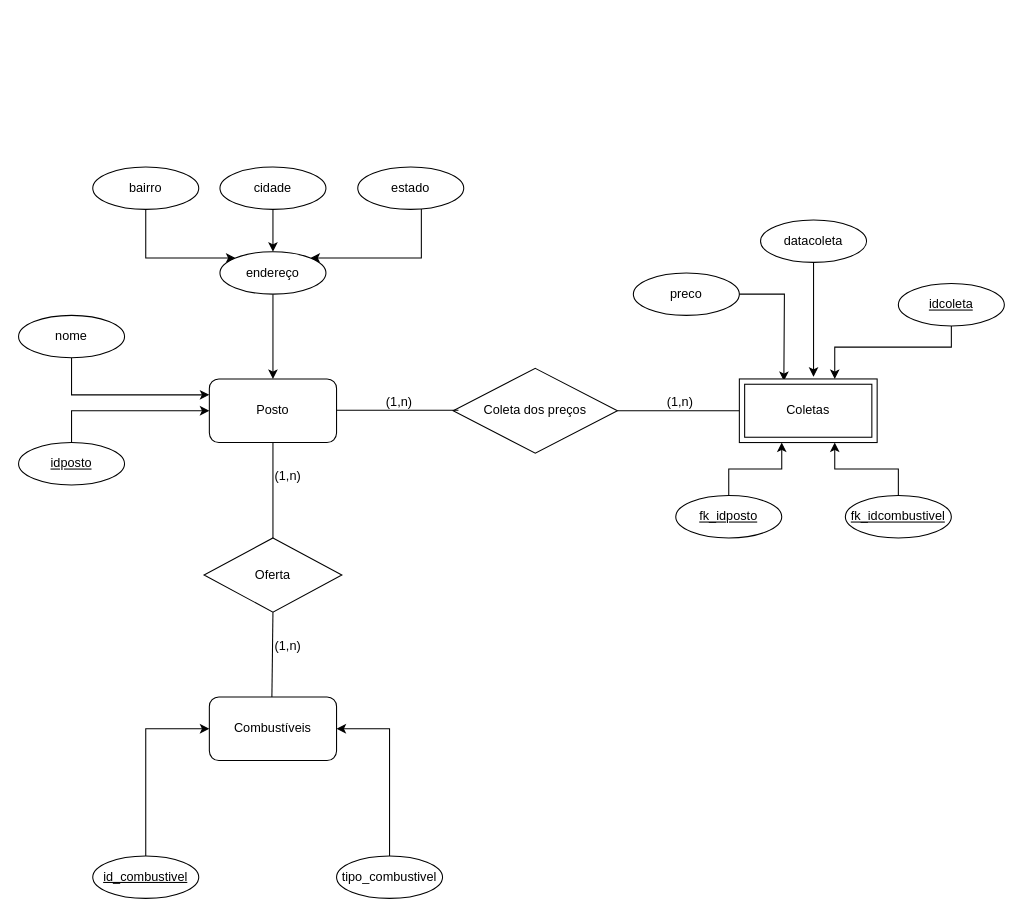
Before: Diagrama sem nome.drawio in carlossb1/bdrl_uvv, a draw.io diagram. Source tidied: cells renumbered, new cells numbered last; positions are measured from the earlier drawing's top-left corner, leaving out a move shared by most shapes. Both pictures are drawn from the tidied source at 106%, with x=0, y=0 at pixel (18, 166).
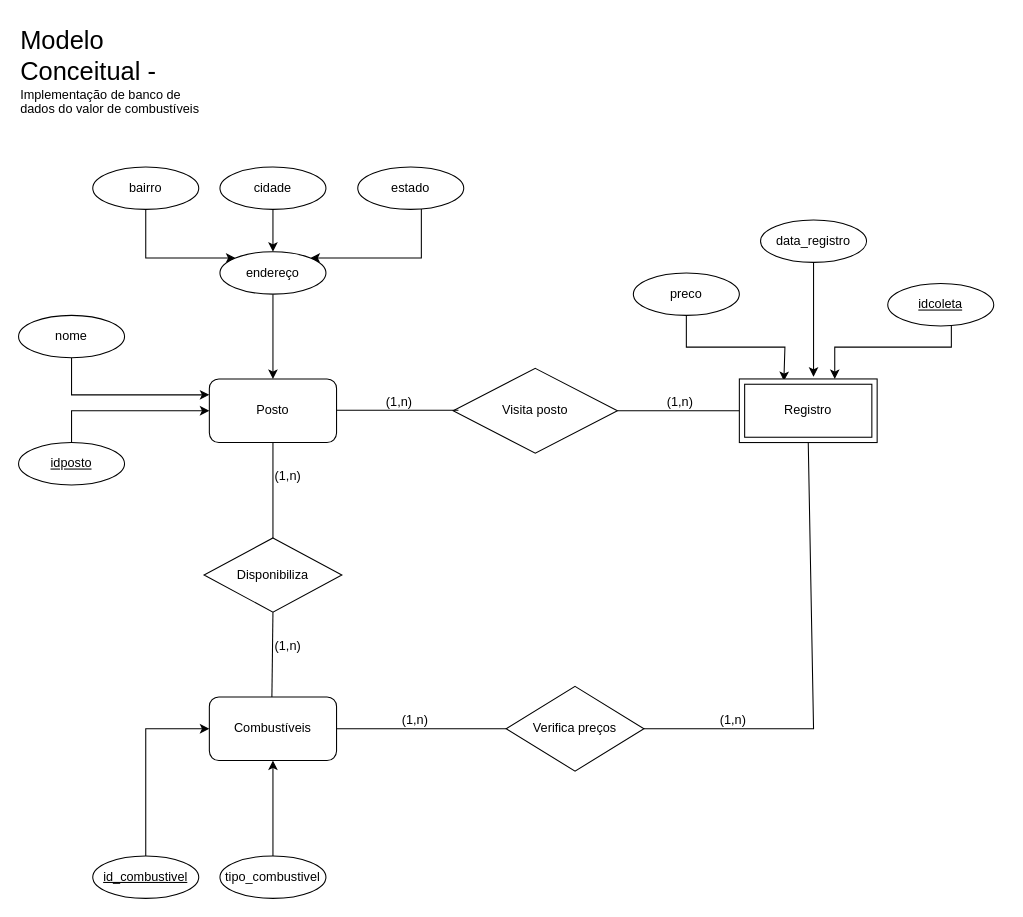
The same diagram, later.

Unchanged cells that the change refers to:
```xml
<mxCell id="3" value="Combustíveis" style="rounded=1;whiteSpace=wrap;html=1;" parent="1" vertex="1">
  <mxGeometry x="180" y="500" width="120" height="60" as="geometry" />
</mxCell>
<mxCell id="20" value="preco" style="ellipse;whiteSpace=wrap;html=1;align=center;" parent="1" vertex="1">
  <mxGeometry x="580" y="100" width="100" height="40" as="geometry" />
</mxCell>
```

Diff of the diagram source:
```diff
@@
-    <mxCell id="5" style="edgeStyle=orthogonalEdgeStyle;rounded=0;jettySize=auto;html=1;entryX=1;entryY=0.5;entryDx=0;entryDy=0;" parent="1" edge="1" source="6" target="3">
-      <mxGeometry relative="1" as="geometry" />
+    <mxCell id="5" style="edgeStyle=orthogonalEdgeStyle;rounded=0;jettySize=auto;html=1;entryX=0.5;entryY=1;entryDx=0;entryDy=0;" parent="1" edge="1" source="6" target="3">
+      <mxGeometry relative="1" as="geometry">
+        <Array as="points">
+          <mxPoint x="240" y="660" />
+        </Array>
+      </mxGeometry>
     </mxCell>
     <mxCell id="6" value="tipo_combustivel" style="ellipse;whiteSpace=wrap;html=1;align=center;" parent="1" vertex="1">
-      <mxGeometry x="300" y="650" width="100" height="40" as="geometry" />
+      <mxGeometry x="190" y="650" width="100" height="40" as="geometry" />
     </mxCell>
@@
-    <mxCell id="17" style="edgeStyle=orthogonalEdgeStyle;rounded=0;orthogonalLoop=1;jettySize=auto;html=1;" parent="1" edge="1">
-      <mxGeometry relative="1" as="geometry">
-        <mxPoint x="670" y="310" as="sourcePoint" />
-        <mxPoint x="720" y="260" as="targetPoint" />
-        <Array as="points">
-          <mxPoint x="670" y="285" />
-          <mxPoint x="720" y="285" />
-        </Array>
-      </mxGeometry>
-    </mxCell>
-    <mxCell id="18" style="edgeStyle=orthogonalEdgeStyle;rounded=0;orthogonalLoop=1;jettySize=auto;html=1;" parent="1" edge="1">
-      <mxGeometry relative="1" as="geometry">
-        <mxPoint x="830" y="310" as="sourcePoint" />
-        <mxPoint x="770" y="260" as="targetPoint" />
-        <Array as="points">
-          <mxPoint x="830" y="285" />
-          <mxPoint x="770" y="285" />
-        </Array>
-      </mxGeometry>
-    </mxCell>
-    <mxCell id="19" value="datacoleta" style="ellipse;whiteSpace=wrap;html=1;align=center;" parent="1" vertex="1">
+    <mxCell id="19" value="data_registro" style="ellipse;whiteSpace=wrap;html=1;align=center;" parent="1" vertex="1">
       <mxGeometry x="700" y="50" width="100" height="40" as="geometry" />
     </mxCell>
@@
-    <mxCell id="21" value="Oferta" style="shape=rhombus;perimeter=rhombusPerimeter;whiteSpace=wrap;html=1;align=center;" parent="1" vertex="1">
+    <mxCell id="21" value="Disponibiliza" style="shape=rhombus;perimeter=rhombusPerimeter;whiteSpace=wrap;html=1;align=center;" parent="1" vertex="1">
       <mxGeometry x="175" y="350" width="130" height="70" as="geometry" />
     </mxCell>
-    <mxCell id="22" value="Coleta dos preços" style="shape=rhombus;perimeter=rhombusPerimeter;whiteSpace=wrap;html=1;align=center;" parent="1" vertex="1">
+    <mxCell id="22" value="Visita posto" style="shape=rhombus;perimeter=rhombusPerimeter;whiteSpace=wrap;html=1;align=center;" parent="1" vertex="1">
       <mxGeometry x="410" y="190" width="155" height="80" as="geometry" />
     </mxCell>
@@
     <mxCell id="24" style="edgeStyle=orthogonalEdgeStyle;rounded=0;jettySize=auto;html=1;entryX=0.35;entryY=0.033;entryDx=0;entryDy=0;entryPerimeter=0;" parent="1" edge="1" source="20">
       <mxGeometry relative="1" as="geometry">
         <mxPoint x="722" y="202" as="targetPoint" />
+        <Array as="points">
+          <mxPoint x="630" y="170" />
+          <mxPoint x="723" y="170" />
+        </Array>
       </mxGeometry>
     </mxCell>
@@
     <mxCell id="32" value="idcoleta" style="ellipse;whiteSpace=wrap;html=1;align=center;fontStyle=4;" parent="1" vertex="1">
-      <mxGeometry x="830" y="110" width="100" height="40" as="geometry" />
+      <mxGeometry x="820" y="110" width="100" height="40" as="geometry" />
     </mxCell>
-    <mxCell id="33" value="fk_idcombustivel" style="ellipse;whiteSpace=wrap;html=1;align=center;fontStyle=4;" parent="1" vertex="1">
-      <mxGeometry x="780" y="310" width="100" height="40" as="geometry" />
-    </mxCell>
-    <mxCell id="34" value="fk_idposto" style="ellipse;whiteSpace=wrap;html=1;align=center;fontStyle=4;" parent="1" vertex="1">
-      <mxGeometry x="620" y="310" width="100" height="40" as="geometry" />
-    </mxCell>
@@
-    <mxCell id="38" value="Coletas" style="shape=ext;margin=3;double=1;whiteSpace=wrap;html=1;align=center;" parent="1" vertex="1">
+    <mxCell id="38" value="Registro" style="shape=ext;margin=3;double=1;whiteSpace=wrap;html=1;align=center;" parent="1" vertex="1">
       <mxGeometry x="680" y="200" width="130" height="60" as="geometry" />
     </mxCell>
@@
+    <mxCell id="41" value="Verifica preços" style="rhombus;whiteSpace=wrap;html=1;" parent="1" vertex="1">
+      <mxGeometry x="460" y="490" width="130" height="80" as="geometry" />
+    </mxCell>
+    <mxCell id="42" style="endArrow=none;html=1;rounded=0;entryX=0.5;entryY=1;entryDx=0;entryDy=0;exitX=1;exitY=0.5;exitDx=0;exitDy=0;" parent="1" edge="1" source="41" target="38">
+      <mxGeometry relative="1" as="geometry">
+        <Array as="points">
+          <mxPoint x="750" y="530" />
+        </Array>
+      </mxGeometry>
+    </mxCell>
+    <mxCell id="43" style="endArrow=none;html=1;rounded=0;exitX=1;exitY=0.5;exitDx=0;exitDy=0;entryX=0;entryY=0.5;entryDx=0;entryDy=0;" parent="1" edge="1" source="3" target="41">
+      <mxGeometry relative="1" as="geometry" />
+    </mxCell>
+    <mxCell id="44" value="(1,n)" style="html=1;whiteSpace=wrap;align=left;verticalAlign=bottom;direction=south;" parent="1" vertex="1">
+      <mxGeometry x="360" y="530" as="geometry" />
+    </mxCell>
+    <mxCell id="45" value="(1,n)" style="html=1;whiteSpace=wrap;align=left;verticalAlign=bottom;direction=south;" parent="1" vertex="1">
+      <mxGeometry x="660" y="530" as="geometry" />
+    </mxCell>
+    <mxCell id="46" value="&lt;div&gt;&lt;font style=&quot;font-size: 24px;&quot;&gt;Modelo Conceitual - &lt;/font&gt;Implementação de banco de dados do valor de combustíveis&lt;/div&gt;" style="text;html=1;whiteSpace=wrap;overflow=hidden;rounded=0;" parent="1" vertex="1">
+      <mxGeometry y="-140" width="180" height="120" as="geometry" />
+    </mxCell>
```
